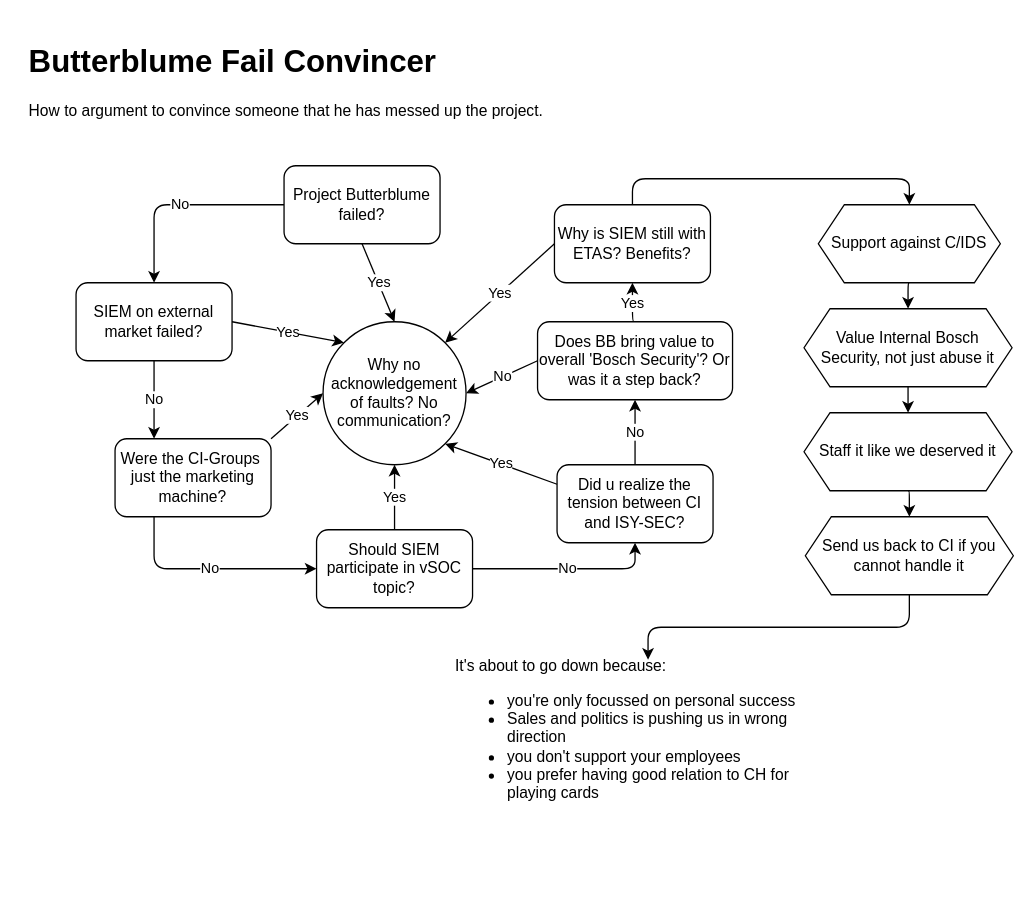
Before: Untitled Diagram.drawio in Lombs/junkbox, a draw.io diagram. Source tidied: cells renumbered, new cells numbered last; positions are measured from the earlier drawing's top-left corner, leaving out a move shared by most shapes. Both pictures are drawn from the tidied source at 130%, with x=0, y=0 at pixel (22, 35).
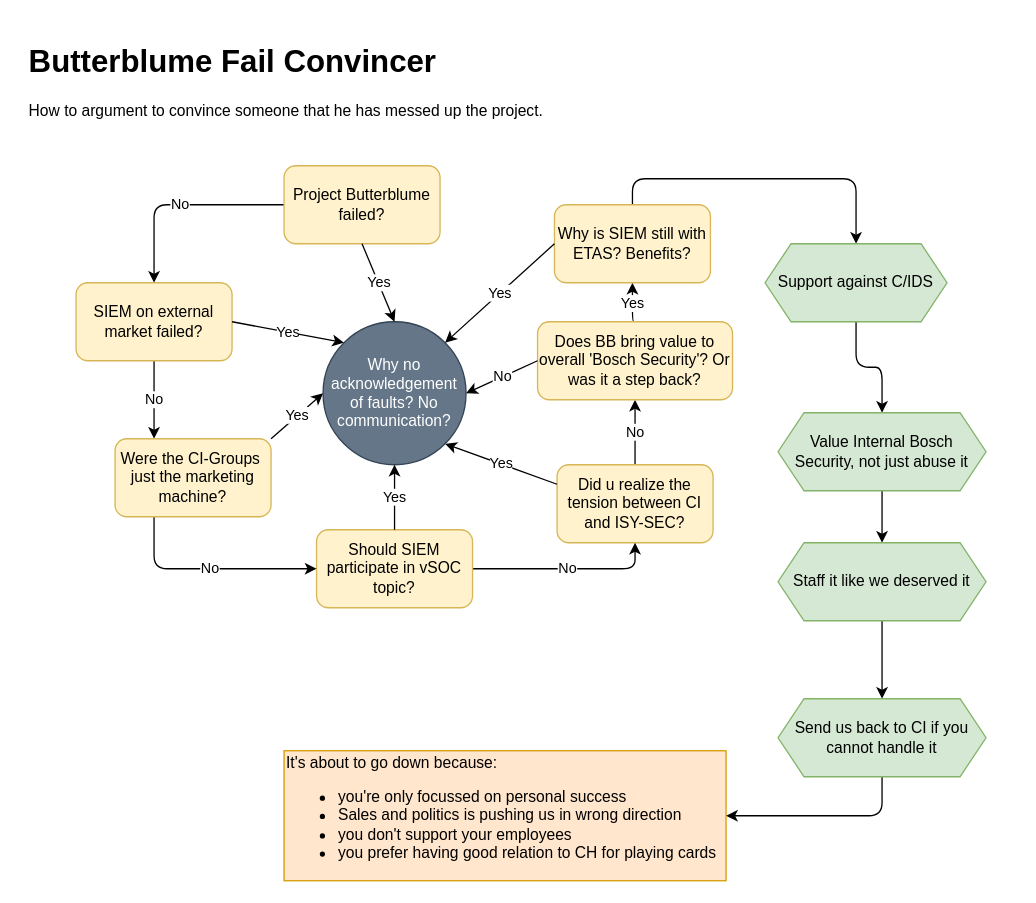
After the change.

The edit, as a diff of the source:
```diff
@@
-    <mxCell id="4" value="Project Butterblume failed?" style="rounded=1;whiteSpace=wrap;html=1;sketch=0;" parent="1" vertex="1">
+    <mxCell id="4" value="Project Butterblume failed?" style="rounded=1;whiteSpace=wrap;html=1;sketch=0;fillColor=#fff2cc;strokeColor=#d6b656;" parent="1" vertex="1">
       <mxGeometry x="201" y="100" width="120" height="60" as="geometry" />
     </mxCell>
@@
-    <mxCell id="6" value="SIEM on external market failed?" style="rounded=1;whiteSpace=wrap;html=1;sketch=0;" parent="1" vertex="1">
+    <mxCell id="6" value="SIEM on external market failed?" style="rounded=1;whiteSpace=wrap;html=1;sketch=0;fillColor=#fff2cc;strokeColor=#d6b656;" parent="1" vertex="1">
       <mxGeometry x="41" y="190" width="120" height="60" as="geometry" />
     </mxCell>
@@
-    <mxCell id="8" value="Did u realize the tension between CI and ISY-SEC?" style="rounded=1;whiteSpace=wrap;html=1;sketch=0;" parent="1" vertex="1">
+    <mxCell id="8" value="Did u realize the tension between CI and ISY-SEC?" style="rounded=1;whiteSpace=wrap;html=1;sketch=0;fillColor=#fff2cc;strokeColor=#d6b656;" parent="1" vertex="1">
       <mxGeometry x="411" y="330" width="120" height="60" as="geometry" />
     </mxCell>
-    <mxCell id="9" value="Why no acknowledgement of faults? No communication?" style="ellipse;whiteSpace=wrap;html=1;rounded=0;sketch=0;" parent="1" vertex="1">
+    <mxCell id="9" value="Why no acknowledgement of faults? No communication?" style="ellipse;whiteSpace=wrap;html=1;rounded=0;sketch=0;fillColor=#647687;strokeColor=#314354;fontColor=#ffffff;" parent="1" vertex="1">
       <mxGeometry x="231" y="220" width="110" height="110" as="geometry" />
     </mxCell>
@@
-    <mxCell id="11" value="Should SIEM participate in vSOC topic?" style="rounded=1;whiteSpace=wrap;html=1;sketch=0;" parent="1" vertex="1">
+    <mxCell id="11" value="Should SIEM participate in vSOC topic?" style="rounded=1;whiteSpace=wrap;html=1;sketch=0;fillColor=#fff2cc;strokeColor=#d6b656;" parent="1" vertex="1">
       <mxGeometry x="226" y="380" width="120" height="60" as="geometry" />
     </mxCell>
@@
-    <mxCell id="13" value="Were the CI-Groups&amp;nbsp; just the marketing machine?" style="rounded=1;whiteSpace=wrap;html=1;sketch=0;" parent="1" vertex="1">
+    <mxCell id="13" value="Were the CI-Groups&amp;nbsp; just the marketing machine?" style="rounded=1;whiteSpace=wrap;html=1;sketch=0;fillColor=#fff2cc;strokeColor=#d6b656;" parent="1" vertex="1">
       <mxGeometry x="71" y="310" width="120" height="60" as="geometry" />
     </mxCell>
-    <mxCell id="14" value="&lt;div&gt;It's about to go down because:&lt;/div&gt;&lt;div&gt;&lt;ul&gt;&lt;li&gt;you're only focussed on personal success&lt;/li&gt;&lt;li&gt;Sales and politics is pushing us in wrong direction&lt;br&gt;&lt;/li&gt;&lt;li&gt;you don't support your employees&lt;/li&gt;&lt;li&gt;you prefer having good relation to CH for playing cards&lt;br&gt;&lt;/li&gt;&lt;/ul&gt;&lt;/div&gt;" style="text;html=1;strokeColor=none;fillColor=none;align=left;verticalAlign=middle;whiteSpace=wrap;rounded=0;sketch=0;" parent="1" vertex="1">
-      <mxGeometry x="331" y="480" width="300" height="120" as="geometry" />
+    <mxCell id="14" value="&lt;div&gt;It's about to go down because:&lt;/div&gt;&lt;div&gt;&lt;ul&gt;&lt;li&gt;you're only focussed on personal success&lt;/li&gt;&lt;li&gt;Sales and politics is pushing us in wrong direction&lt;br&gt;&lt;/li&gt;&lt;li&gt;you don't support your employees&lt;/li&gt;&lt;li&gt;you prefer having good relation to CH for playing cards&lt;br&gt;&lt;/li&gt;&lt;/ul&gt;&lt;/div&gt;" style="text;html=1;strokeColor=#d79b00;fillColor=#ffe6cc;align=left;verticalAlign=middle;whiteSpace=wrap;rounded=0;sketch=0;" parent="1" vertex="1">
+      <mxGeometry x="201" y="550" width="340" height="100" as="geometry" />
     </mxCell>
@@
-    <mxCell id="16" value="Does BB bring value to overall 'Bosch Security'? Or was it a step back?" style="rounded=1;whiteSpace=wrap;html=1;sketch=0;" parent="1" vertex="1">
+    <mxCell id="16" value="Does BB bring value to overall 'Bosch Security'? Or was it a step back?" style="rounded=1;whiteSpace=wrap;html=1;sketch=0;fillColor=#fff2cc;strokeColor=#d6b656;" parent="1" vertex="1">
       <mxGeometry x="396" y="220" width="150" height="60" as="geometry" />
     </mxCell>
@@
-    <mxCell id="18" value="Why is SIEM still with ETAS? Benefits?" style="rounded=1;whiteSpace=wrap;html=1;sketch=0;" parent="1" vertex="1">
+    <mxCell id="18" value="Why is SIEM still with ETAS? Benefits?" style="rounded=1;whiteSpace=wrap;html=1;sketch=0;fillColor=#fff2cc;strokeColor=#d6b656;" parent="1" vertex="1">
       <mxGeometry x="409" y="130" width="120" height="60" as="geometry" />
     </mxCell>
@@
-    <mxCell id="27" value="Support against C/IDS" style="shape=hexagon;perimeter=hexagonPerimeter2;whiteSpace=wrap;html=1;fixedSize=1;rounded=0;sketch=0;align=center;" parent="1" vertex="1">
-      <mxGeometry x="612" y="130" width="140" height="60" as="geometry" />
+    <mxCell id="27" value="Support against C/IDS" style="shape=hexagon;perimeter=hexagonPerimeter2;whiteSpace=wrap;html=1;fixedSize=1;rounded=0;sketch=0;align=center;fillColor=#d5e8d4;strokeColor=#82b366;" parent="1" vertex="1">
+      <mxGeometry x="571" y="160" width="140" height="60" as="geometry" />
     </mxCell>
@@
-    <mxCell id="30" value="Value Internal Bosch Security, not just abuse it" style="shape=hexagon;perimeter=hexagonPerimeter2;whiteSpace=wrap;html=1;fixedSize=1;rounded=0;sketch=0;align=center;" parent="1" vertex="1">
-      <mxGeometry x="601" y="210" width="160" height="60" as="geometry" />
+    <mxCell id="30" value="Value Internal Bosch Security, not just abuse it" style="shape=hexagon;perimeter=hexagonPerimeter2;whiteSpace=wrap;html=1;fixedSize=1;rounded=0;sketch=0;align=center;fillColor=#d5e8d4;strokeColor=#82b366;" parent="1" vertex="1">
+      <mxGeometry x="581" y="290" width="160" height="60" as="geometry" />
     </mxCell>
@@
-    <mxCell id="32" value="Staff it like we deserved it" style="shape=hexagon;perimeter=hexagonPerimeter2;whiteSpace=wrap;html=1;fixedSize=1;rounded=0;sketch=0;align=center;" parent="1" vertex="1">
-      <mxGeometry x="601" y="290" width="160" height="60" as="geometry" />
+    <mxCell id="32" value="Staff it like we deserved it" style="shape=hexagon;perimeter=hexagonPerimeter2;whiteSpace=wrap;html=1;fixedSize=1;rounded=0;sketch=0;align=center;fillColor=#d5e8d4;strokeColor=#82b366;" parent="1" vertex="1">
+      <mxGeometry x="581" y="390" width="160" height="60" as="geometry" />
     </mxCell>
@@
-    <mxCell id="34" value="Send us back to CI if you cannot handle it" style="shape=hexagon;perimeter=hexagonPerimeter2;whiteSpace=wrap;html=1;fixedSize=1;rounded=0;sketch=0;align=center;" parent="1" vertex="1">
-      <mxGeometry x="602" y="370" width="160" height="60" as="geometry" />
+    <mxCell id="34" value="Send us back to CI if you cannot handle it" style="shape=hexagon;perimeter=hexagonPerimeter2;whiteSpace=wrap;html=1;fixedSize=1;rounded=0;sketch=0;align=center;fillColor=#d5e8d4;strokeColor=#82b366;" parent="1" vertex="1">
+      <mxGeometry x="581" y="510" width="160" height="60" as="geometry" />
     </mxCell>
```
